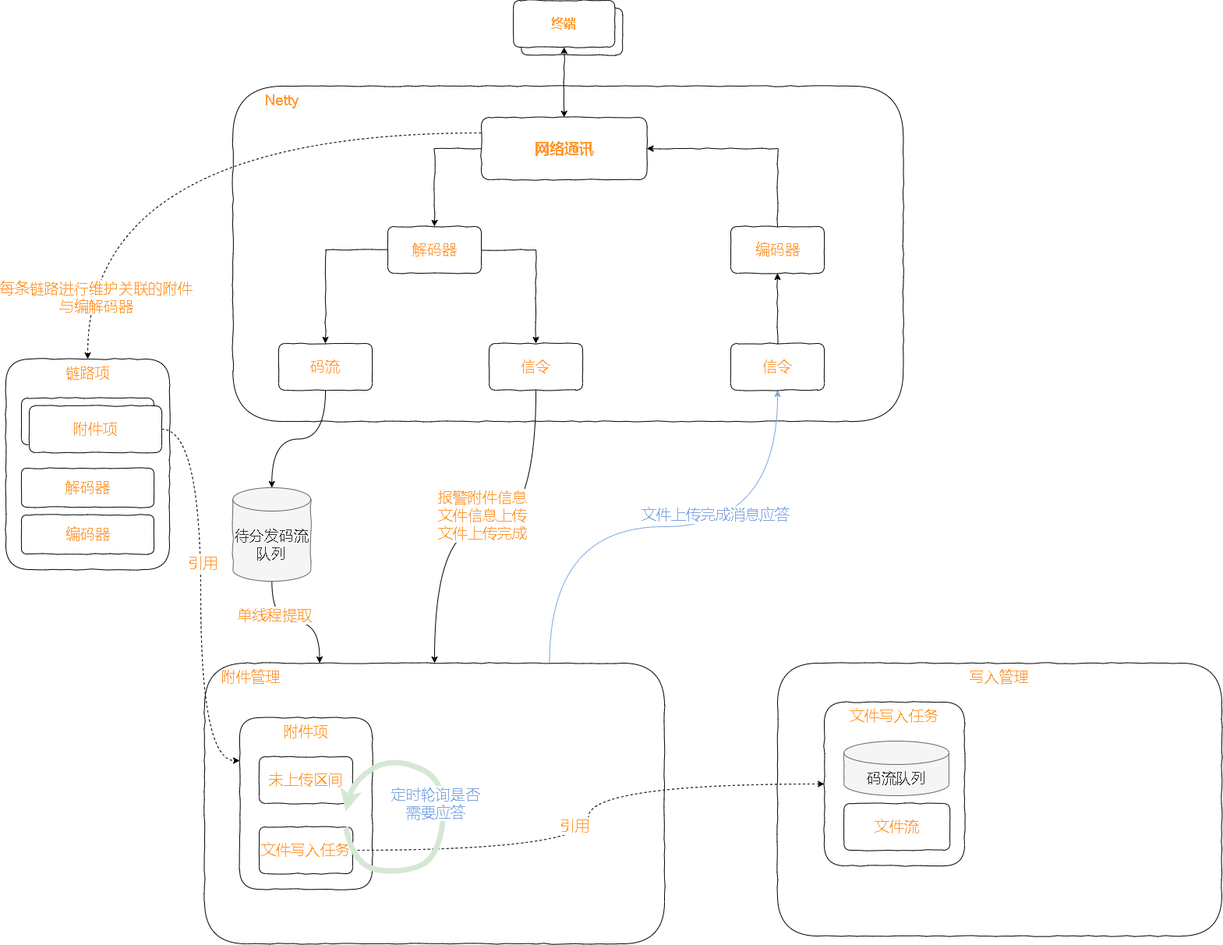
Earlier version of the draw.io export test.drawio.png (xktder/draw). Source tidied: cells renumbered, new cells last; positions are measured from the earlier drawing's top-left corner, leaving out a move shared by most shapes.
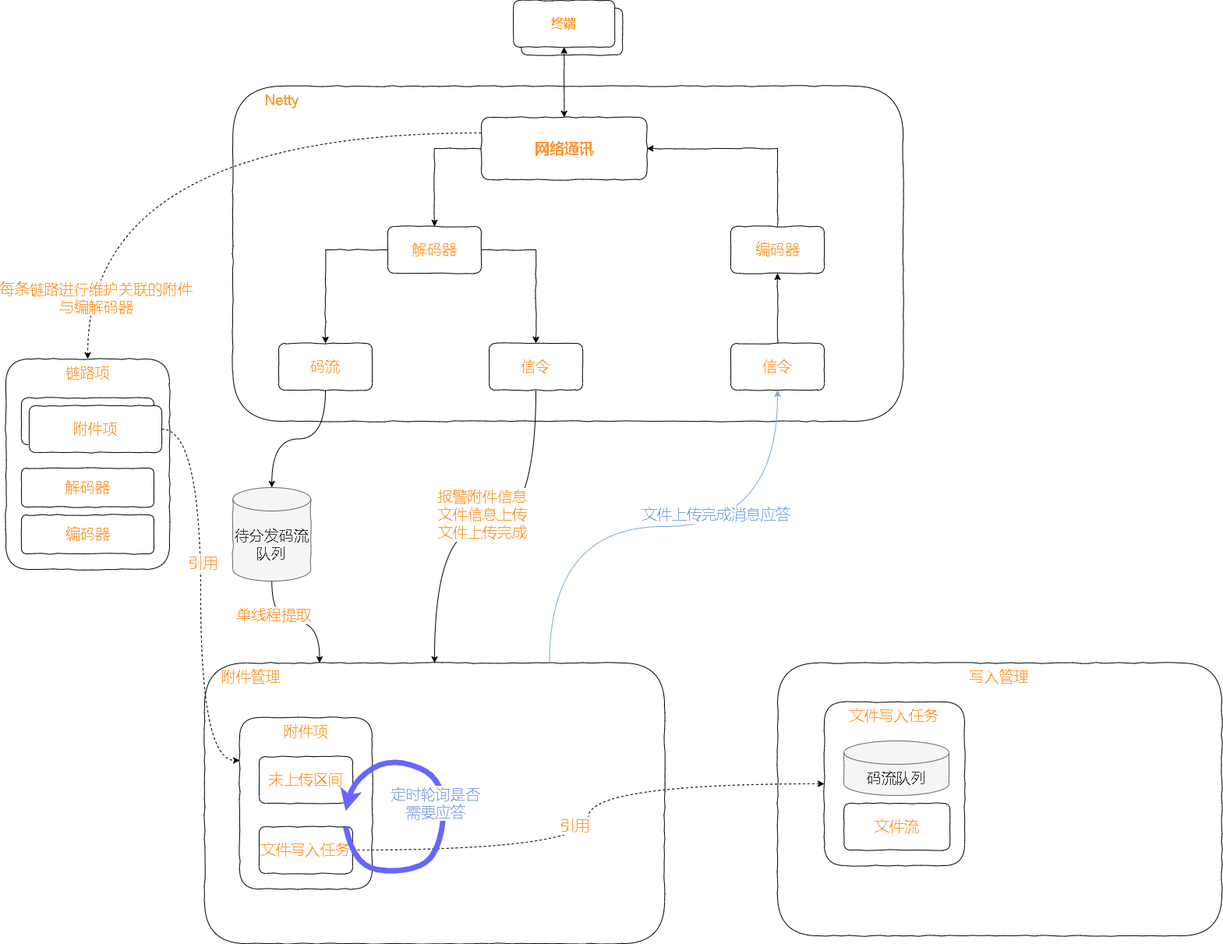
After the change.

What changed in the source:
```diff
@@ -149,7 +149,7 @@
     <mxCell id="48" value="引用" style="edgeLabel;html=1;align=center;verticalAlign=middle;fontSize=19;fontColor=#FF9933;" parent="47" vertex="1">
       <mxGeometry x="-0.03" y="18" relative="1" as="geometry" />
     </mxCell>
-    <mxCell id="49" style="curved=1;endArrow=classic;html=1;rounded=0;comic=0;fontSize=19;fontColor=#9933FF;strokeColor=#D5E8D4;strokeWidth=7;" parent="1" edge="1">
+    <mxCell id="49" style="curved=1;endArrow=classic;html=1;rounded=0;comic=0;fontSize=19;fontColor=#9933FF;strokeColor=#6666FF;strokeWidth=7;" parent="1" edge="1">
       <mxGeometry relative="1" as="geometry">
         <mxPoint x="436" y="1060" as="sourcePoint" />
         <mxPoint x="436" y="1040" as="targetPoint" />
```
